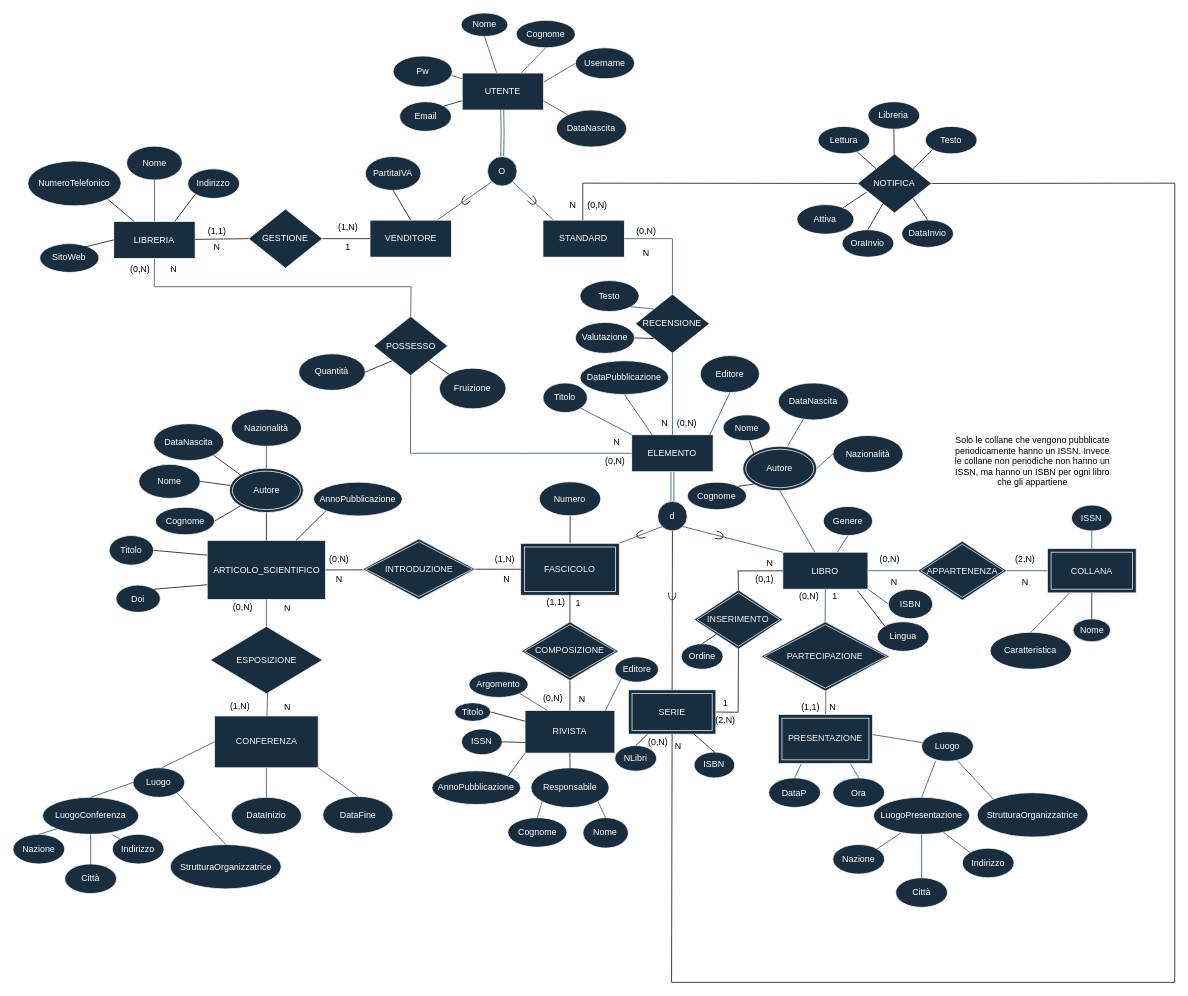
Earlier version of the draw.io diagram page "Pagina-1" (1 of 2) of Copia di DiagrammaER v1.4.0.drawio (Giovk/Sistema-di-una-Bibleoteca-Digitale). Source tidied: cells renumbered, new cells numbered last; positions are measured from the earlier drawing's top-left corner, leaving out a move shared by most shapes. Both pictures are drawn from the tidied source at 74%, with x=0, y=0 at pixel (13, 13).
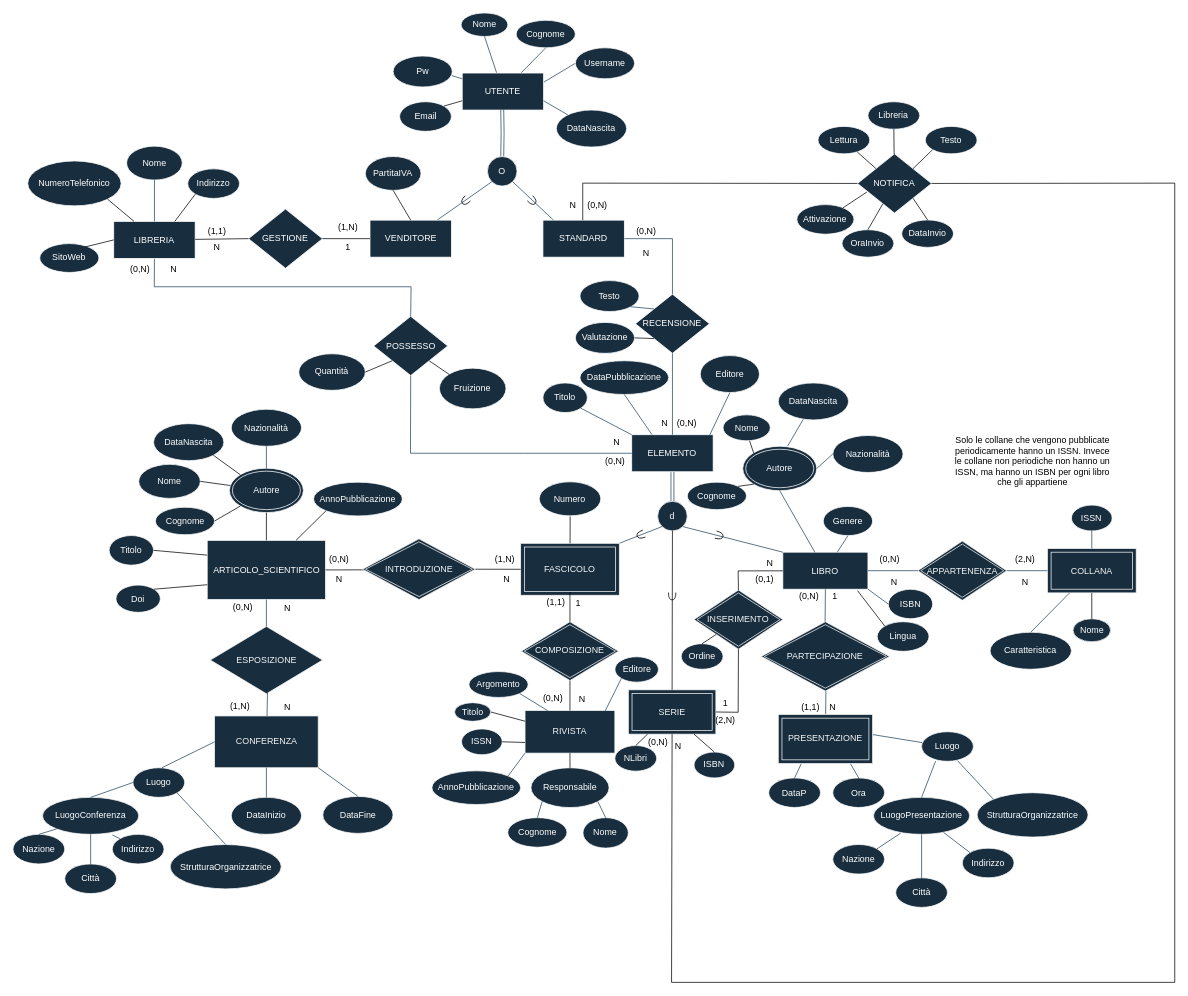
The same diagram, later.

Diff of the diagram source:
```diff
@@
-    <mxCell id="223" value="Attiva" style="ellipse;whiteSpace=wrap;html=1;fillColor=#182E3E;strokeColor=#FFFFFF;fontColor=#FFFFFF;" parent="1" vertex="1">
+    <mxCell id="223" value="Attivazione" style="ellipse;whiteSpace=wrap;html=1;fillColor=#182E3E;strokeColor=#FFFFFF;fontColor=#FFFFFF;" parent="1" vertex="1">
       <mxGeometry x="1059.4" y="259" width="77.1" height="40" as="geometry" />
     </mxCell>
```
